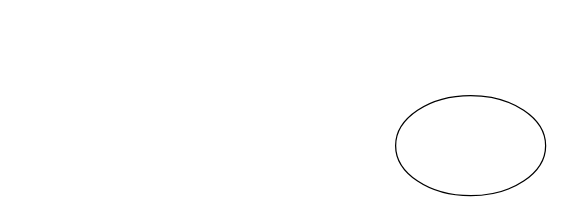
Before: andrey/app_structure.drawio in bestful/quest, a draw.io diagram. Source tidied: cells renumbered, new cells numbered last; positions are measured from the earlier drawing's top-left corner, leaving out a move shared by most shapes. Both pictures are drawn from the tidied source at 125%, with x=0, y=0 at pixel (395, 95).
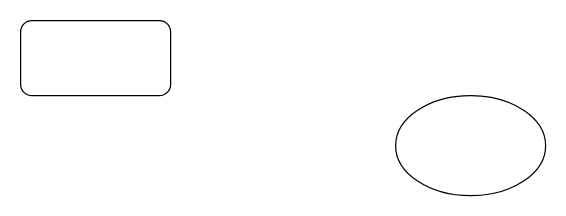
Above is the later version.

Change to the diagram source:
```diff
@@
 <mxGraphModel>
   <root>
     <mxCell id="0" />
     <mxCell id="1" parent="0" />
     <mxCell id="2" style="ellipse;whiteSpace=wrap;html=1;" parent="1" vertex="1">
       <mxGeometry width="120" height="80" as="geometry" />
     </mxCell>
+    <mxCell id="3" style="rounded=1;whiteSpace=wrap;html=1;" parent="1" vertex="1">
+      <mxGeometry x="-300" y="-60" width="120" height="60" as="geometry" />
+    </mxCell>
   </root>
 </mxGraphModel>
```
